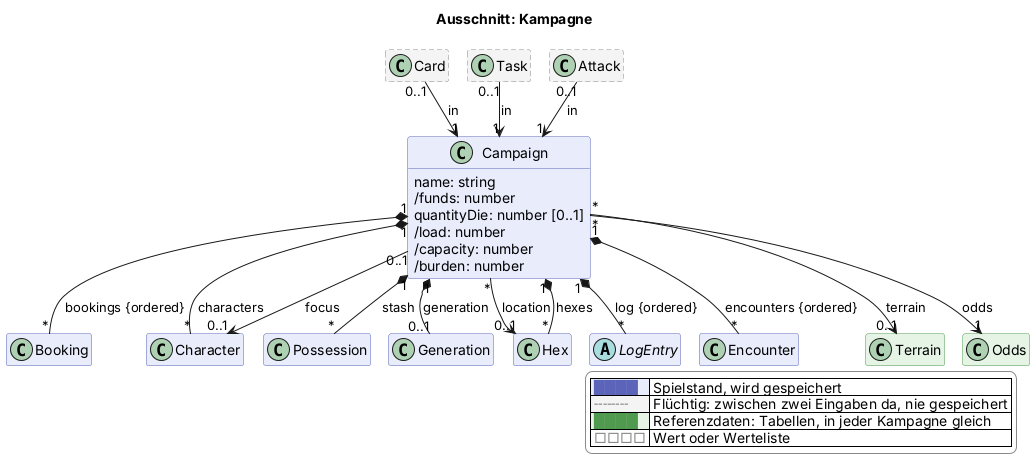
This is docs/views/kampagne.png from scuzzar/SRE, a PlantUML export, as it was before one commit.
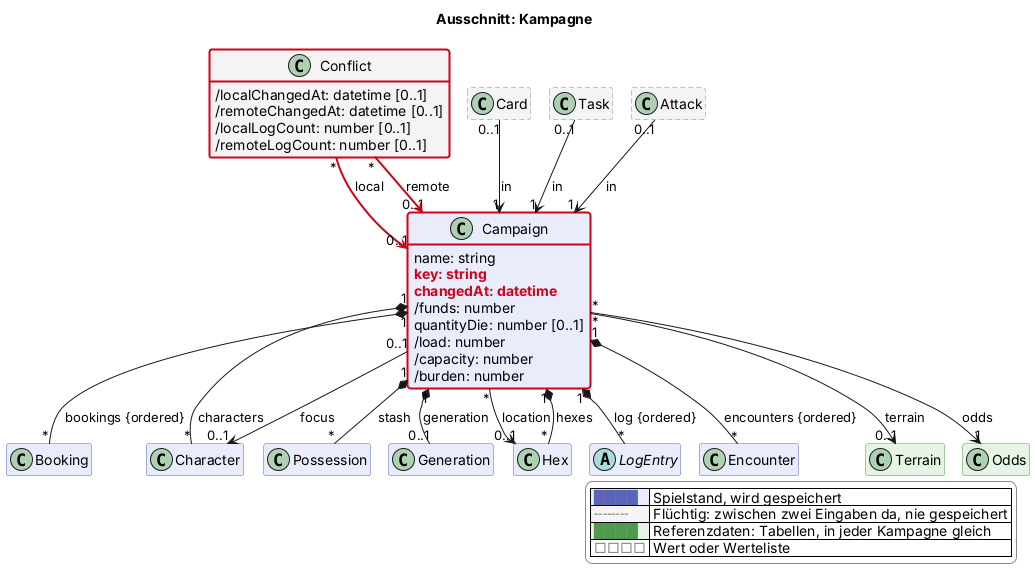
Later version of the same file.

What changed in the source:
```diff
@@ -68,6 +68,8 @@
 
   class Campaign $kampagne {
     name: string
+    $new("2026-11-13c", "key: string")
+    $new("2026-11-13c", "changedAt: datetime")
     /funds: number
     quantityDie: number [0..1]
     /load: number
@@ -84,6 +86,12 @@
 
   abstract class LogEntry $probe
 
+  class Conflict <<transient>> $kampagne $newClass("2026-11-13c") {
+    /localChangedAt: datetime [0..1]
+    /remoteChangedAt: datetime [0..1]
+    /localLogCount: number [0..1]
+    /remoteLogCount: number [0..1]
+  }
   class Card <<transient>> $karte
   class Task <<transient>> $probe
   class Attack <<transient>> $kampf
@@ -98,6 +106,8 @@
 Campaign "1" *-- "*" LogEntry : log {ordered}
 Campaign "*" --> "0..1" Hex : location
 Campaign "1" *-- "*" Booking : bookings {ordered}
+Conflict "*" -$newArrow("2026-11-13c")-> "0..1" Campaign : local
+Conflict "*" -$newArrow("2026-11-13c")-> "0..1" Campaign : remote
 
 Campaign "1" *-- "0..1" Generation : generation
 
@@ -124,4 +134,5 @@
   |<#e6f4e6> <color:#4f9a4f>████</color> | Referenzdaten: Tabellen, in jeder Kampagne gleich |
   |<#ffffff> <color:#8a8a8a>□□□□</color> | Wert oder Werteliste |
 endlegend
+class Campaign #line:d0021b;line.bold
 @enduml
```
